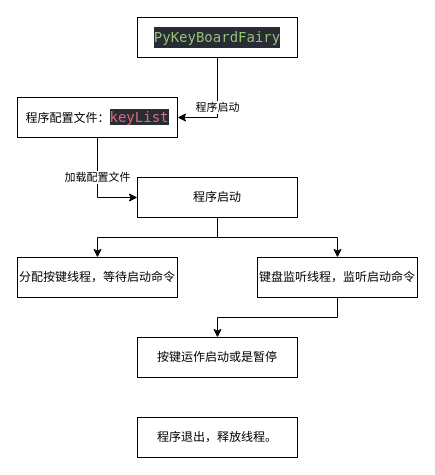
Above: k.dio in bosichong/PyKeyBoardFairy (draw.io), before the change. Source tidied: cells renumbered, new cells numbered last; positions are measured from the earlier drawing's top-left corner, leaving out a move shared by most shapes. Both pictures are drawn from the tidied source at 100%, with x=0, y=0 at pixel (17, 17).
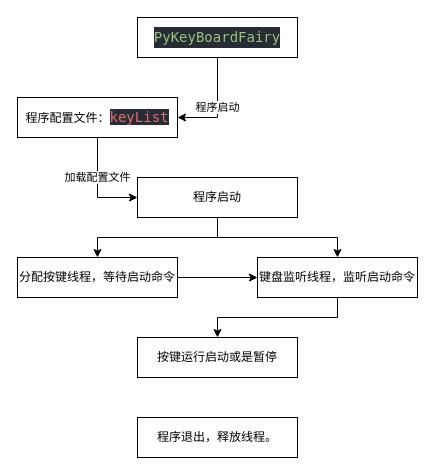
After the change.

Commit message (it also covers changes not shown here):
完成所有预想的功能

What changed in the source:
```diff
@@
 <mxGraphModel>
   <root>
     <mxCell id="0" />
     <mxCell id="1" parent="0" />
     <mxCell id="2" value="程序启动" style="edgeStyle=orthogonalEdgeStyle;rounded=0;jettySize=auto;html=1;entryX=1;entryY=0.5;entryDx=0;entryDy=0;" parent="1" edge="1" source="3" target="6">
       <mxGeometry relative="1" as="geometry" />
     </mxCell>
     <mxCell id="3" value="&lt;div style=&quot;color: rgb(171 , 178 , 191) ; background-color: rgb(40 , 44 , 52) ; font-family: &amp;#34;menlo&amp;#34; , &amp;#34;monaco&amp;#34; , &amp;#34;courier new&amp;#34; , monospace ; font-size: 14px ; line-height: 21px&quot;&gt;&lt;span style=&quot;color: #98c379&quot;&gt;PyKeyBoardFairy&lt;/span&gt;&lt;/div&gt;" style="rounded=0;whiteSpace=wrap;html=1;" parent="1" vertex="1">
       <mxGeometry x="120" width="160" height="40" as="geometry" />
     </mxCell>
     <mxCell id="4" style="edgeStyle=orthogonalEdgeStyle;rounded=0;jettySize=auto;html=1;exitX=0.5;exitY=1;exitDx=0;exitDy=0;entryX=0;entryY=0.5;entryDx=0;entryDy=0;" parent="1" edge="1" source="6" target="9">
       <mxGeometry relative="1" as="geometry" />
     </mxCell>
     <mxCell id="5" value="加载配置文件" style="edgeLabel;html=1;align=center;verticalAlign=middle;" parent="4" vertex="1">
       <mxGeometry x="-0.22" y="-1" relative="1" as="geometry" />
     </mxCell>
     <mxCell id="6" value="程序配置文件：&lt;span style=&quot;color: rgb(224 , 108 , 117) ; background-color: rgb(40 , 44 , 52) ; font-family: &amp;#34;menlo&amp;#34; , &amp;#34;monaco&amp;#34; , &amp;#34;courier new&amp;#34; , monospace ; font-size: 14px&quot;&gt;keyList&lt;/span&gt;" style="rounded=0;whiteSpace=wrap;html=1;" parent="1" vertex="1">
       <mxGeometry y="80" width="160" height="40" as="geometry" />
     </mxCell>
     <mxCell id="7" style="edgeStyle=orthogonalEdgeStyle;rounded=0;jettySize=auto;html=1;entryX=0.5;entryY=0;entryDx=0;entryDy=0;" parent="1" edge="1" source="9" target="10">
       <mxGeometry relative="1" as="geometry" />
     </mxCell>
     <mxCell id="8" style="edgeStyle=orthogonalEdgeStyle;rounded=0;jettySize=auto;html=1;entryX=0.5;entryY=0;entryDx=0;entryDy=0;" parent="1" edge="1" source="9" target="12">
       <mxGeometry relative="1" as="geometry" />
     </mxCell>
     <mxCell id="9" value="程序启动" style="rounded=0;whiteSpace=wrap;html=1;" parent="1" vertex="1">
       <mxGeometry x="120" y="160" width="160" height="40" as="geometry" />
     </mxCell>
+    <mxCell id="15" style="edgeStyle=orthogonalEdgeStyle;rounded=0;jettySize=auto;html=1;entryX=0;entryY=0.5;entryDx=0;entryDy=0;" parent="1" edge="1" source="10" target="12">
+      <mxGeometry relative="1" as="geometry" />
+    </mxCell>
     <mxCell id="10" value="分配按键线程，等待启动命令" style="rounded=0;whiteSpace=wrap;html=1;" parent="1" vertex="1">
       <mxGeometry y="240" width="160" height="40" as="geometry" />
     </mxCell>
     <mxCell id="11" style="edgeStyle=orthogonalEdgeStyle;rounded=0;jettySize=auto;html=1;" parent="1" edge="1" source="12" target="13">
       <mxGeometry relative="1" as="geometry" />
     </mxCell>
     <mxCell id="12" value="键盘监听线程，监听启动命令" style="rounded=0;whiteSpace=wrap;html=1;" parent="1" vertex="1">
       <mxGeometry x="240" y="240" width="160" height="40" as="geometry" />
     </mxCell>
-    <mxCell id="13" value="按键运作启动或是暂停" style="rounded=0;whiteSpace=wrap;html=1;" parent="1" vertex="1">
+    <mxCell id="13" value="按键运行启动或是暂停" style="rounded=0;whiteSpace=wrap;html=1;" parent="1" vertex="1">
       <mxGeometry x="120" y="320" width="160" height="40" as="geometry" />
     </mxCell>
     <mxCell id="14" value="程序退出，释放线程。" style="rounded=0;whiteSpace=wrap;html=1;" parent="1" vertex="1">
       <mxGeometry x="120" y="400" width="160" height="40" as="geometry" />
     </mxCell>
   </root>
 </mxGraphModel>
```
